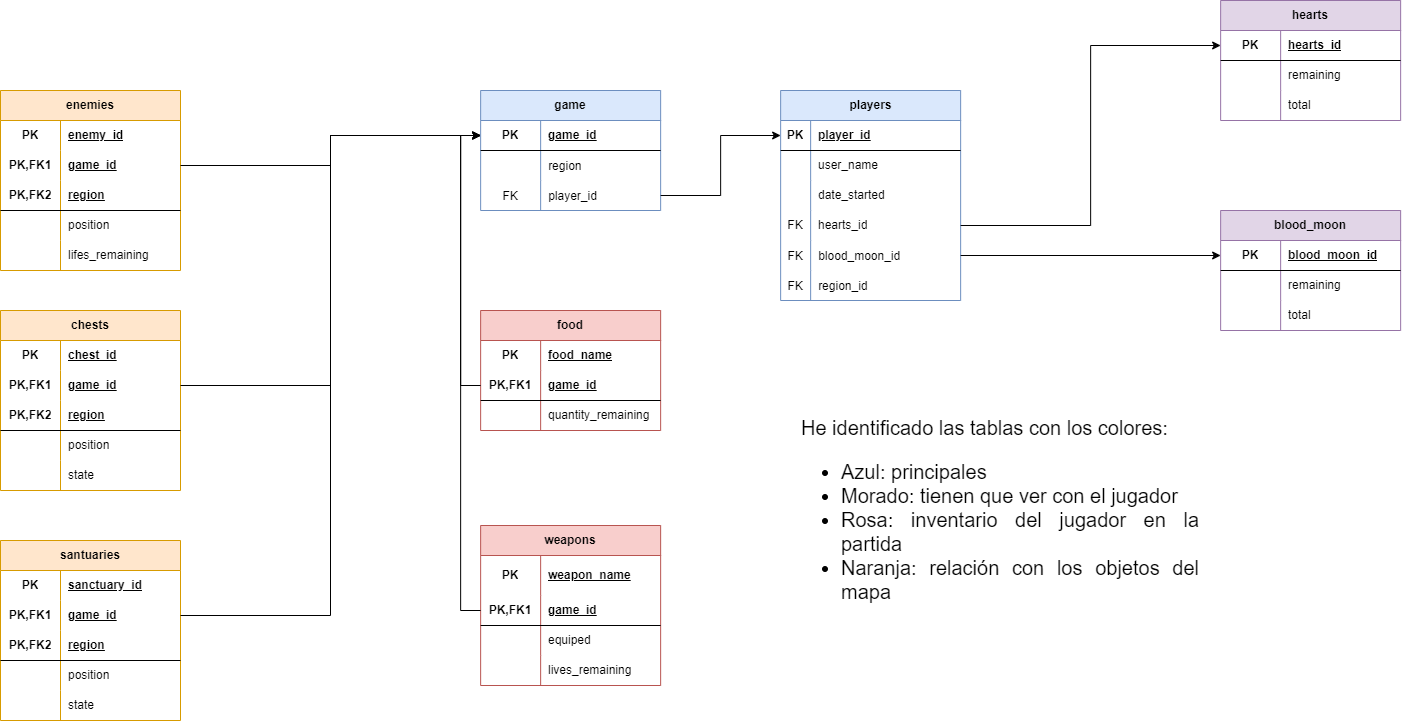
UnaxFM/Projecte-_Zelda keeps this draw.io diagram as M2/zelda_diagrama.png. Above is the earlier version. Source tidied: cells renumbered, new cells last; positions are measured from the earlier drawing's top-left corner, leaving out a move shared by most shapes.
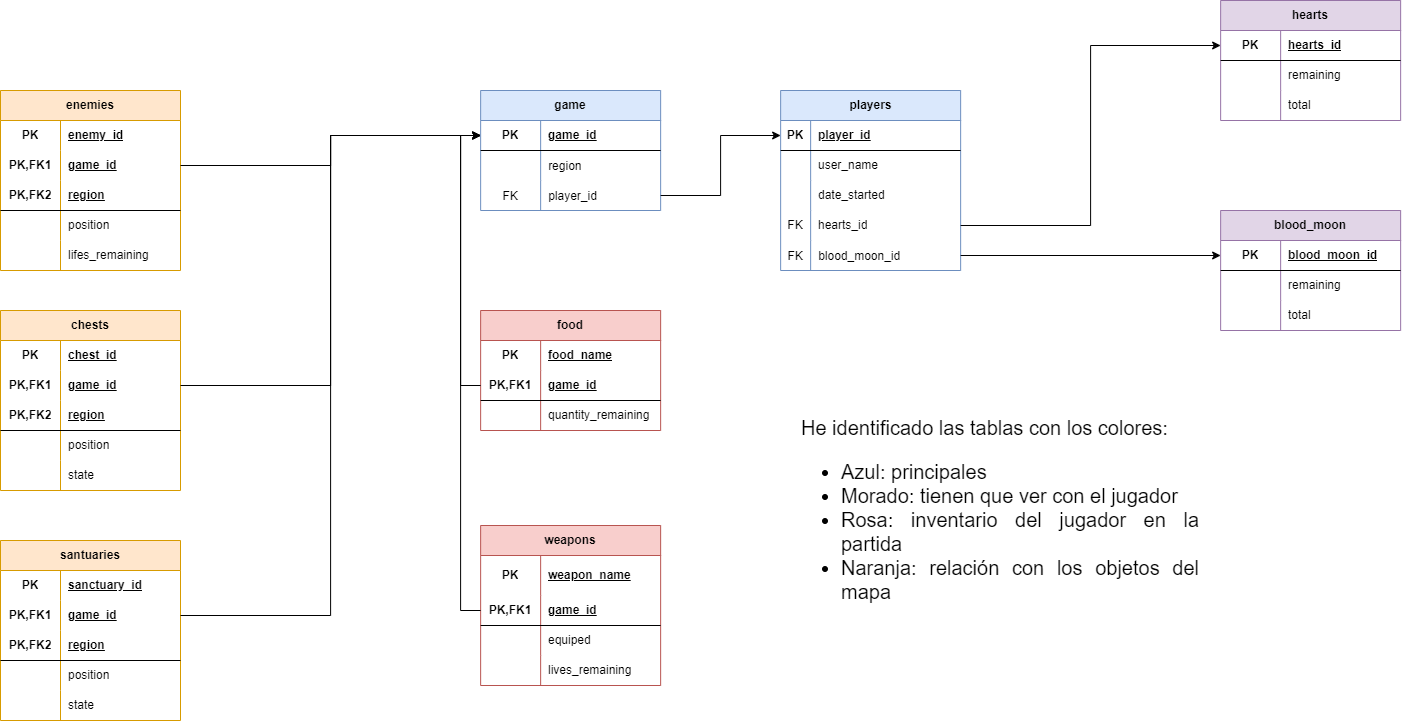
After the commit.

Commit message:
commit del sql y de dos diagramas

trabajo con dos ordenadores, así que voy subiendo cositas para poder tenerlas

What changed in the source:
```diff
@@ -3,7 +3,7 @@
     <mxCell id="0" />
     <mxCell id="1" parent="0" />
     <mxCell id="2" value="players" style="shape=table;startSize=30;rowLines=0;fontStyle=1;align=center;html=1;fillColor=#dae8fc;strokeColor=#6c8ebf;" parent="1" vertex="1">
-      <mxGeometry x="780.1" y="90" width="180" height="210" as="geometry" />
+      <mxGeometry x="780.1" y="90" width="180" height="180" as="geometry" />
     </mxCell>
     <mxCell id="3" style="shape=tableRow;horizontal=0;startSize=0;swimlaneHead=0;swimlaneBody=0;fillColor=none;points=[[0,0.5],[1,0.5]];portConstraint=eastwest;top=0;left=0;right=0;bottom=1;" parent="2" vertex="1">
       <mxGeometry y="30" width="180" height="30" as="geometry" />
@@ -50,15 +50,6 @@
     <mxCell id="17" value="blood_moon_id" style="shape=partialRectangle;fillColor=none;top=0;left=0;bottom=0;right=0;align=left;spacingLeft=6;overflow=hidden;" parent="15" vertex="1">
       <mxGeometry x="30" width="150" height="30" as="geometry" />
     </mxCell>
-    <mxCell id="18" style="shape=tableRow;horizontal=0;startSize=0;swimlaneHead=0;swimlaneBody=0;fillColor=none;top=0;left=0;right=0;bottom=0;" parent="2" vertex="1">
-      <mxGeometry y="180" width="180" height="30" as="geometry" />
-    </mxCell>
-    <mxCell id="19" value="FK" style="shape=partialRectangle;fillColor=none;top=0;left=0;bottom=0;right=0;overflow=hidden;" parent="18" vertex="1">
-      <mxGeometry width="30" height="30" as="geometry" />
-    </mxCell>
-    <mxCell id="20" value="region_id" style="shape=partialRectangle;fillColor=none;top=0;left=0;bottom=0;right=0;align=left;spacingLeft=6;overflow=hidden;" parent="18" vertex="1">
-      <mxGeometry x="30" width="150" height="30" as="geometry" />
-    </mxCell>
     <mxCell id="21" value="game" style="shape=table;startSize=30;rowLines=0;fontStyle=1;align=center;html=1;whiteSpace=wrap;fillColor=#dae8fc;strokeColor=#6c8ebf;" parent="1" vertex="1">
       <mxGeometry x="480.1" y="90" width="180" height="120" as="geometry" />
     </mxCell>
```
